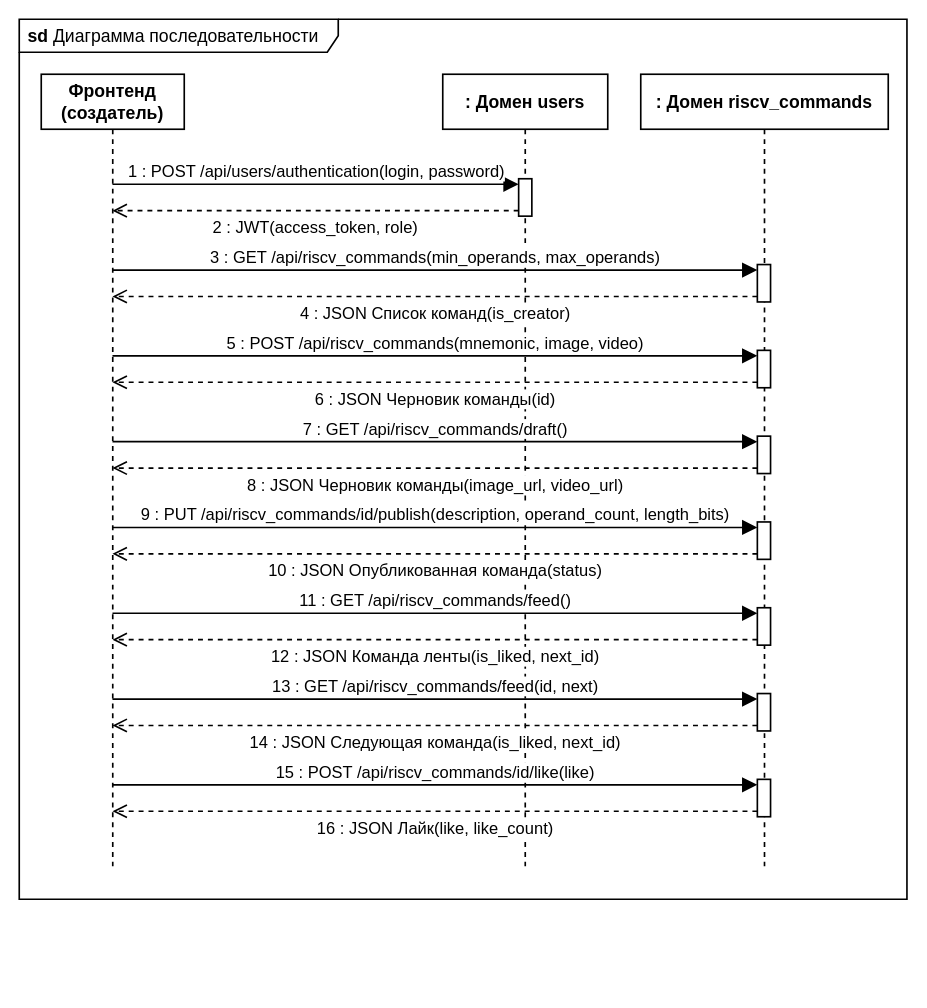
Above: docs/sequence-diagram.drawio in Nisakoo/RISC-V-Application-backend (draw.io), before the change. Source tidied: cells renumbered, new cells numbered last; positions are measured from the earlier drawing's top-left corner, leaving out a move shared by most shapes. Both pictures are drawn from the tidied source at 110%, with x=0, y=0 at pixel (19, 19).
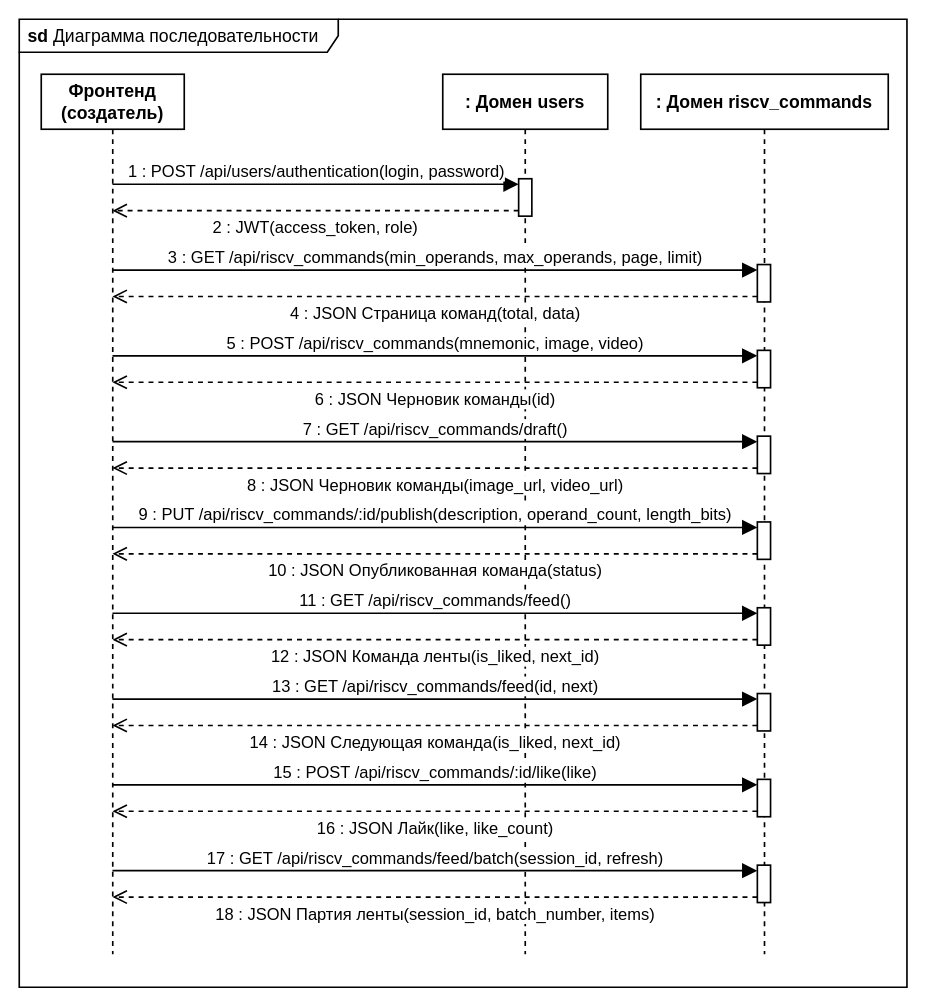
The same page after the edit.

The change refers to these unchanged cells:
```xml
<mxCell id="9" style="html=1;points=[[0,0,0,0,5],[0,1,0,0,-5],[1,0,0,0,5],[1,1,0,0,-5]];perimeter=orthogonalPerimeter;outlineConnect=0;targetShapes=umlLifeline;portConstraint=eastwest;newEdgeStyle={&quot;curved&quot;:0,&quot;rounded&quot;:0};fillColor=#FFFFFF;strokeWidth=1.5;strokeColor=#000000;fontColor=#000000;fontFamily=Arial;" parent="5" vertex="1">
  <mxGeometry x="106" y="173" width="12" height="34" as="geometry" />
</mxCell>
<mxCell id="18" style="html=1;points=[[0,0,0,0,5],[0,1,0,0,-5],[1,0,0,0,5],[1,1,0,0,-5]];perimeter=orthogonalPerimeter;outlineConnect=0;targetShapes=umlLifeline;portConstraint=eastwest;newEdgeStyle={&quot;curved&quot;:0,&quot;rounded&quot;:0};fillColor=#FFFFFF;strokeWidth=1.5;strokeColor=#000000;fontColor=#000000;fontFamily=Arial;" parent="5" vertex="1">
  <mxGeometry x="106" y="407" width="12" height="34" as="geometry" />
</mxCell>
<mxCell id="27" style="html=1;points=[[0,0,0,0,5],[0,1,0,0,-5],[1,0,0,0,5],[1,1,0,0,-5]];perimeter=orthogonalPerimeter;outlineConnect=0;targetShapes=umlLifeline;portConstraint=eastwest;newEdgeStyle={&quot;curved&quot;:0,&quot;rounded&quot;:0};fillColor=#FFFFFF;strokeWidth=1.5;strokeColor=#000000;fontColor=#000000;fontFamily=Arial;" parent="5" vertex="1">
  <mxGeometry x="106" y="641" width="12" height="34" as="geometry" />
</mxCell>
```

What changed in the source:
```diff
@@
     <mxCell id="2" value="&lt;b&gt;sd&lt;/b&gt; Диаграмма последовательности" style="shape=umlFrame;whiteSpace=wrap;html=1;width=290;height=30;align=left;spacingLeft=6;fillColor=none;strokeWidth=1.5;fontSize=16;strokeColor=#000000;fontColor=#000000;fontFamily=Arial;" parent="1" vertex="1">
-      <mxGeometry width="807" height="800" as="geometry" />
+      <mxGeometry width="807" height="880" as="geometry" />
     </mxCell>
     <mxCell id="3" value="Фронтенд&lt;br&gt;(создатель)" style="shape=umlLifeline;perimeter=lifelinePerimeter;whiteSpace=wrap;html=1;outlineConnect=0;portConstraint=eastwest;newEdgeStyle={&quot;curved&quot;:0,&quot;rounded&quot;:0};fillColor=#FFFFFF;strokeWidth=1.5;fontSize=16;fontStyle=1;size=50;strokeColor=#000000;fontColor=#000000;fontFamily=Arial;" parent="1" vertex="1">
-      <mxGeometry x="20" y="50" width="130" height="720" as="geometry" />
+      <mxGeometry x="20" y="50" width="130" height="800" as="geometry" />
     </mxCell>
     <mxCell id="4" value=": Домен users" style="shape=umlLifeline;perimeter=lifelinePerimeter;whiteSpace=wrap;html=1;newEdgeStyle={&quot;curved&quot;:0,&quot;rounded&quot;:0};fillColor=#FFFFFF;strokeWidth=1.5;fontSize=16;fontStyle=1;size=50;strokeColor=#000000;fontColor=#000000;fontFamily=Arial;" parent="1" vertex="1">
-      <mxGeometry x="385" y="50" width="150" height="720" as="geometry" />
+      <mxGeometry x="385" y="50" width="150" height="800" as="geometry" />
     </mxCell>
     <mxCell id="5" value=": Домен riscv_commands" style="shape=umlLifeline;perimeter=lifelinePerimeter;whiteSpace=wrap;html=1;newEdgeStyle={&quot;curved&quot;:0,&quot;rounded&quot;:0};fillColor=#FFFFFF;strokeWidth=1.5;fontSize=16;fontStyle=1;size=50;strokeColor=#000000;fontColor=#000000;fontFamily=Arial;" parent="1" vertex="1">
-      <mxGeometry x="565" y="50" width="225" height="720" as="geometry" />
+      <mxGeometry x="565" y="50" width="225" height="800" as="geometry" />
     </mxCell>
@@
-    <mxCell id="10" value="3 : GET /api/riscv_commands(min_operands, max_operands)" style="html=1;curved=0;rounded=0;strokeWidth=1.5;fontSize=15;labelBackgroundColor=#FFFFFF;strokeColor=#000000;fontColor=#000000;fontFamily=Arial;verticalAlign=bottom;endArrow=block;endFill=1;endSize=10;entryX=0;entryY=0;entryDx=0;entryDy=5;" parent="1" edge="1" source="3" target="9">
+    <mxCell id="10" value="3 : GET /api/riscv_commands(min_operands, max_operands, page, limit)" style="html=1;curved=0;rounded=0;strokeWidth=1.5;fontSize=15;labelBackgroundColor=#FFFFFF;strokeColor=#000000;fontColor=#000000;fontFamily=Arial;verticalAlign=bottom;endArrow=block;endFill=1;endSize=10;entryX=0;entryY=0;entryDx=0;entryDy=5;" parent="1" edge="1" source="3" target="9">
       <mxGeometry relative="1" as="geometry" />
     </mxCell>
-    <mxCell id="11" value="4 : JSON Список команд(is_creator)" style="html=1;curved=0;rounded=0;strokeWidth=1.5;fontSize=15;labelBackgroundColor=#FFFFFF;strokeColor=#000000;fontColor=#000000;fontFamily=Arial;verticalAlign=top;endArrow=open;endSize=10;dashed=1;exitX=0;exitY=1;exitDx=0;exitDy=-5;" parent="1" edge="1" source="9" target="3">
+    <mxCell id="11" value="4 : JSON Страница команд(total, data)" style="html=1;curved=0;rounded=0;strokeWidth=1.5;fontSize=15;labelBackgroundColor=#FFFFFF;strokeColor=#000000;fontColor=#000000;fontFamily=Arial;verticalAlign=top;endArrow=open;endSize=10;dashed=1;exitX=0;exitY=1;exitDx=0;exitDy=-5;" parent="1" edge="1" source="9" target="3">
       <mxGeometry relative="1" as="geometry" />
     </mxCell>
@@
-    <mxCell id="19" value="9 : PUT /api/riscv_commands/id/publish(description, operand_count, length_bits)" style="html=1;curved=0;rounded=0;strokeWidth=1.5;fontSize=15;labelBackgroundColor=#FFFFFF;strokeColor=#000000;fontColor=#000000;fontFamily=Arial;verticalAlign=bottom;endArrow=block;endFill=1;endSize=10;entryX=0;entryY=0;entryDx=0;entryDy=5;" parent="1" edge="1" source="3" target="18">
+    <mxCell id="19" value="9 : PUT /api/riscv_commands/:id/publish(description, operand_count, length_bits)" style="html=1;curved=0;rounded=0;strokeWidth=1.5;fontSize=15;labelBackgroundColor=#FFFFFF;strokeColor=#000000;fontColor=#000000;fontFamily=Arial;verticalAlign=bottom;endArrow=block;endFill=1;endSize=10;entryX=0;entryY=0;entryDx=0;entryDy=5;" parent="1" edge="1" source="3" target="18">
       <mxGeometry relative="1" as="geometry" />
     </mxCell>
@@
-    <mxCell id="28" value="15 : POST /api/riscv_commands/id/like(like)" style="html=1;curved=0;rounded=0;strokeWidth=1.5;fontSize=15;labelBackgroundColor=#FFFFFF;strokeColor=#000000;fontColor=#000000;fontFamily=Arial;verticalAlign=bottom;endArrow=block;endFill=1;endSize=10;entryX=0;entryY=0;entryDx=0;entryDy=5;" parent="1" edge="1" source="3" target="27">
+    <mxCell id="28" value="15 : POST /api/riscv_commands/:id/like(like)" style="html=1;curved=0;rounded=0;strokeWidth=1.5;fontSize=15;labelBackgroundColor=#FFFFFF;strokeColor=#000000;fontColor=#000000;fontFamily=Arial;verticalAlign=bottom;endArrow=block;endFill=1;endSize=10;entryX=0;entryY=0;entryDx=0;entryDy=5;" parent="1" edge="1" source="3" target="27">
       <mxGeometry relative="1" as="geometry" />
     </mxCell>
@@
+    <mxCell id="30" style="html=1;points=[[0,0,0,0,5],[0,1,0,0,-5],[1,0,0,0,5],[1,1,0,0,-5]];perimeter=orthogonalPerimeter;outlineConnect=0;targetShapes=umlLifeline;portConstraint=eastwest;newEdgeStyle={&quot;curved&quot;:0,&quot;rounded&quot;:0};fillColor=#FFFFFF;strokeWidth=1.5;strokeColor=#000000;fontColor=#000000;fontFamily=Arial;" parent="5" vertex="1">
+      <mxGeometry x="106" y="719" width="12" height="34" as="geometry" />
+    </mxCell>
+    <mxCell id="31" value="17 : GET /api/riscv_commands/feed/batch(session_id, refresh)" style="html=1;curved=0;rounded=0;strokeWidth=1.5;fontSize=15;labelBackgroundColor=#FFFFFF;strokeColor=#000000;fontColor=#000000;fontFamily=Arial;verticalAlign=bottom;endArrow=block;endFill=1;endSize=10;entryX=0;entryY=0;entryDx=0;entryDy=5;" parent="1" edge="1" source="3" target="30">
+      <mxGeometry relative="1" as="geometry" />
+    </mxCell>
+    <mxCell id="32" value="18 : JSON Партия ленты(session_id, batch_number, items)" style="html=1;curved=0;rounded=0;strokeWidth=1.5;fontSize=15;labelBackgroundColor=#FFFFFF;strokeColor=#000000;fontColor=#000000;fontFamily=Arial;verticalAlign=top;endArrow=open;endSize=10;dashed=1;exitX=0;exitY=1;exitDx=0;exitDy=-5;" parent="1" edge="1" source="30" target="3">
+      <mxGeometry relative="1" as="geometry" />
+    </mxCell>
```
